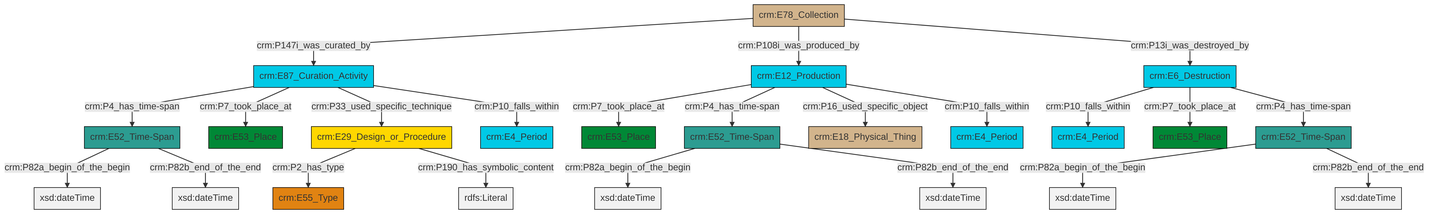
This is et/archivalCSV/ttl/mmd/png/archival_existence.png from swiss-art-research-net/docs.swissartresearch, a Mermaid export, as it was before one commit. Its source is kept beside it as et/archivalCSV/ttl/mmd/archival_existence.ttl.mmd.
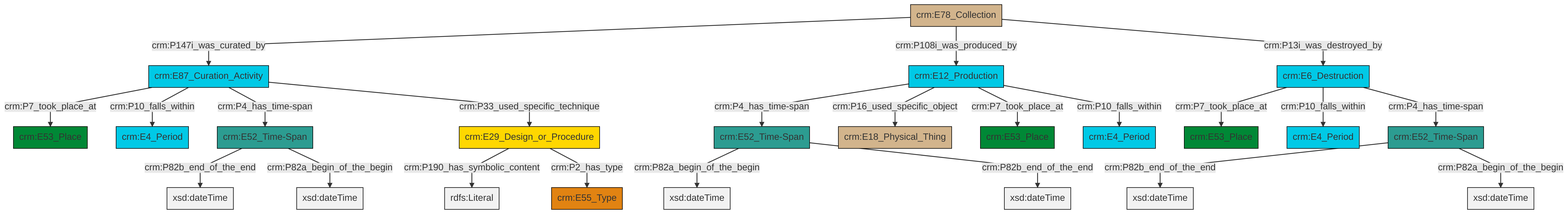
The same file after the commit.

The edit, as a diff of the source:
```diff
@@ -13,25 +13,25 @@
 classDef PC_Classes fill:#4ce600, stroke:#000000;
 classDef Multi fill:#cccccc,stroke:#000000;
 
-0["crm:E52_Time-Span"]:::Time-Span -->|crm:P82a_begin_of_the_begin| 1[xsd:dateTime]:::Literal
-2["crm:E29_Design_or_Procedure"]:::Conceptual_Object -->|crm:P2_has_type| 3["crm:E55_Type"]:::Type
-6["crm:E12_Production"]:::Temporal_Entity -->|crm:P7_took_place_at| 7["crm:E53_Place"]:::Place
-10["crm:E52_Time-Span"]:::Time-Span -->|crm:P82a_begin_of_the_begin| 11[xsd:dateTime]:::Literal
-12["crm:E6_Destruction"]:::Temporal_Entity -->|crm:P10_falls_within| 13["crm:E4_Period"]:::Temporal_Entity
-14["crm:E52_Time-Span"]:::Time-Span -->|crm:P82a_begin_of_the_begin| 15[xsd:dateTime]:::Literal
-4["crm:E87_Curation_Activity"]:::Temporal_Entity -->|crm:P4_has_time-span| 0["crm:E52_Time-Span"]:::Time-Span
-2["crm:E29_Design_or_Procedure"]:::Conceptual_Object -->|crm:P190_has_symbolic_content| 18[rdfs:Literal]:::Literal
-12["crm:E6_Destruction"]:::Temporal_Entity -->|crm:P7_took_place_at| 8["crm:E53_Place"]:::Place
-4["crm:E87_Curation_Activity"]:::Temporal_Entity -->|crm:P7_took_place_at| 23["crm:E53_Place"]:::Place
-6["crm:E12_Production"]:::Temporal_Entity -->|crm:P4_has_time-span| 10["crm:E52_Time-Span"]:::Time-Span
-14["crm:E52_Time-Span"]:::Time-Span -->|crm:P82b_end_of_the_end| 27[xsd:dateTime]:::Literal
-4["crm:E87_Curation_Activity"]:::Temporal_Entity -->|crm:P33_used_specific_technique| 2["crm:E29_Design_or_Procedure"]:::Conceptual_Object
-4["crm:E87_Curation_Activity"]:::Temporal_Entity -->|crm:P10_falls_within| 19["crm:E4_Period"]:::Temporal_Entity
-10["crm:E52_Time-Span"]:::Time-Span -->|crm:P82b_end_of_the_end| 28[xsd:dateTime]:::Literal
-6["crm:E12_Production"]:::Temporal_Entity -->|crm:P16_used_specific_object| 29["crm:E18_Physical_Thing"]:::Physical_Thing
-6["crm:E12_Production"]:::Temporal_Entity -->|crm:P10_falls_within| 25["crm:E4_Period"]:::Temporal_Entity
-33["crm:E78_Collection"]:::Physical_Thing -->|crm:P147i_was_curated_by| 4["crm:E87_Curation_Activity"]:::Temporal_Entity
-33["crm:E78_Collection"]:::Physical_Thing -->|crm:P108i_was_produced_by| 6["crm:E12_Production"]:::Temporal_Entity
-12["crm:E6_Destruction"]:::Temporal_Entity -->|crm:P4_has_time-span| 14["crm:E52_Time-Span"]:::Time-Span
-33["crm:E78_Collection"]:::Physical_Thing -->|crm:P13i_was_destroyed_by| 12["crm:E6_Destruction"]:::Temporal_Entity
-0["crm:E52_Time-Span"]:::Time-Span -->|crm:P82b_end_of_the_end| 36[xsd:dateTime]:::Literal
+0["crm:E87_Curation_Activity"]:::Temporal_Entity -->|crm:P7_took_place_at| 1["crm:E53_Place"]:::Place
+2["crm:E12_Production"]:::Temporal_Entity -->|crm:P4_has_time-span| 3["crm:E52_Time-Span"]:::Time-Span
+4["crm:E52_Time-Span"]:::Time-Span -->|crm:P82b_end_of_the_end| 5[xsd:dateTime]:::Literal
+3["crm:E52_Time-Span"]:::Time-Span -->|crm:P82a_begin_of_the_begin| 8[xsd:dateTime]:::Literal
+6["crm:E78_Collection"]:::Physical_Thing -->|crm:P147i_was_curated_by| 0["crm:E87_Curation_Activity"]:::Temporal_Entity
+2["crm:E12_Production"]:::Temporal_Entity -->|crm:P16_used_specific_object| 14["crm:E18_Physical_Thing"]:::Physical_Thing
+0["crm:E87_Curation_Activity"]:::Temporal_Entity -->|crm:P10_falls_within| 15["crm:E4_Period"]:::Temporal_Entity
+2["crm:E12_Production"]:::Temporal_Entity -->|crm:P7_took_place_at| 18["crm:E53_Place"]:::Place
+0["crm:E87_Curation_Activity"]:::Temporal_Entity -->|crm:P4_has_time-span| 4["crm:E52_Time-Span"]:::Time-Span
+6["crm:E78_Collection"]:::Physical_Thing -->|crm:P108i_was_produced_by| 2["crm:E12_Production"]:::Temporal_Entity
+16["crm:E6_Destruction"]:::Temporal_Entity -->|crm:P7_took_place_at| 26["crm:E53_Place"]:::Place
+11["crm:E52_Time-Span"]:::Time-Span -->|crm:P82b_end_of_the_end| 27[xsd:dateTime]:::Literal
+16["crm:E6_Destruction"]:::Temporal_Entity -->|crm:P10_falls_within| 30["crm:E4_Period"]:::Temporal_Entity
+3["crm:E52_Time-Span"]:::Time-Span -->|crm:P82b_end_of_the_end| 32[xsd:dateTime]:::Literal
+6["crm:E78_Collection"]:::Physical_Thing -->|crm:P13i_was_destroyed_by| 16["crm:E6_Destruction"]:::Temporal_Entity
+16["crm:E6_Destruction"]:::Temporal_Entity -->|crm:P4_has_time-span| 11["crm:E52_Time-Span"]:::Time-Span
+23["crm:E29_Design_or_Procedure"]:::Conceptual_Object -->|crm:P190_has_symbolic_content| 34[rdfs:Literal]:::Literal
+0["crm:E87_Curation_Activity"]:::Temporal_Entity -->|crm:P33_used_specific_technique| 23["crm:E29_Design_or_Procedure"]:::Conceptual_Object
+11["crm:E52_Time-Span"]:::Time-Span -->|crm:P82a_begin_of_the_begin| 35[xsd:dateTime]:::Literal
+23["crm:E29_Design_or_Procedure"]:::Conceptual_Object -->|crm:P2_has_type| 19["crm:E55_Type"]:::Type
+4["crm:E52_Time-Span"]:::Time-Span -->|crm:P82a_begin_of_the_begin| 37[xsd:dateTime]:::Literal
+2["crm:E12_Production"]:::Temporal_Entity -->|crm:P10_falls_within| 28["crm:E4_Period"]:::Temporal_Entity
```
